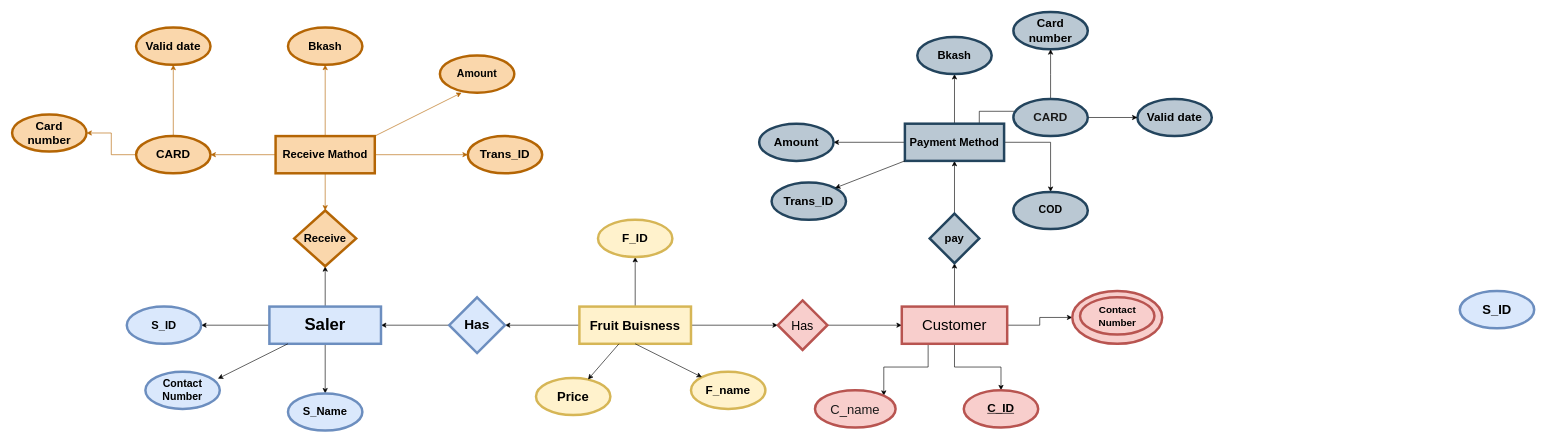
This is Untitled Diagram.drawio from Estiyak-rubs/FruitBuisness, a draw.io file, before an edit. Source tidied: cells renumbered, new cells numbered last; positions are measured from the earlier drawing's top-left corner, leaving out a move shared by most shapes. Both pictures are drawn from the tidied source at 62%, with x=0, y=0 at pixel (12, 12).
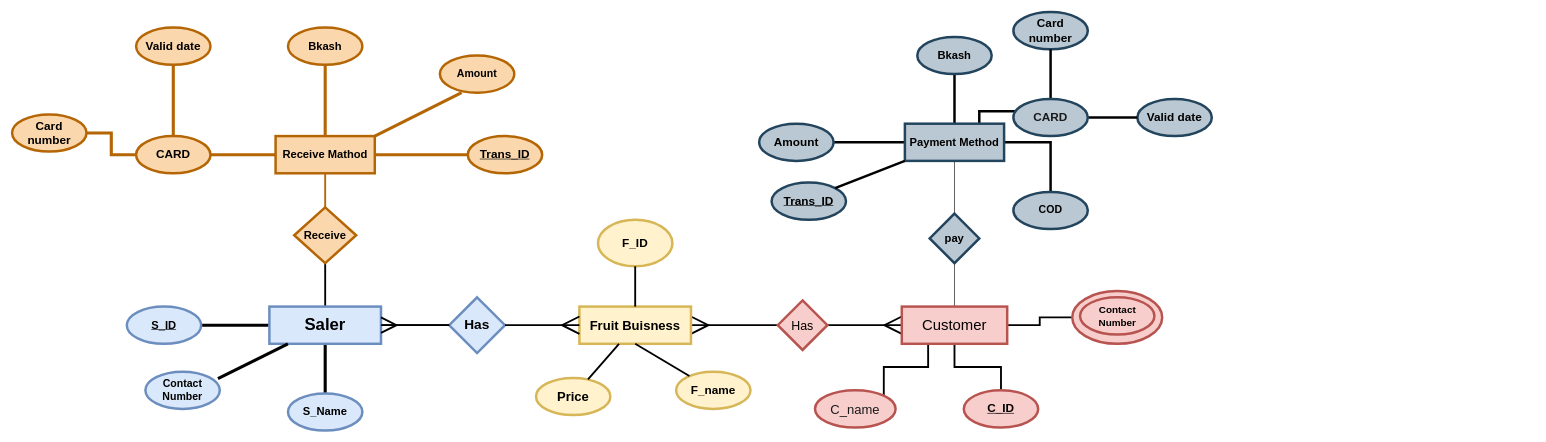
After the change.

Commit message:
fruit buisness

The change refers to these unchanged cells:
```xml
<mxCell id="5" value="&lt;b&gt;&lt;font style=&quot;font-size: 21px;&quot;&gt;Fruit Buisness&lt;/font&gt;&lt;/b&gt;" style="rounded=0;whiteSpace=wrap;html=1;strokeWidth=4;fillColor=#fff2cc;strokeColor=#d6b656;" parent="1" vertex="1">
  <mxGeometry x="915" y="475" width="180" height="60" as="geometry" />
</mxCell>
<mxCell id="7" value="&lt;font style=&quot;font-size: 20px;&quot;&gt;Has&lt;/font&gt;" style="rhombus;whiteSpace=wrap;html=1;rounded=0;strokeWidth=4;fillColor=#f8cecc;strokeColor=#b85450;" parent="1" vertex="1">
  <mxGeometry x="1235" y="465" width="80" height="80" as="geometry" />
</mxCell>
<mxCell id="12" value="&lt;font style=&quot;font-size: 24px;&quot;&gt;Customer&lt;/font&gt;" style="whiteSpace=wrap;html=1;fillColor=#f8cecc;strokeColor=#b85450;rounded=0;strokeWidth=4;" parent="1" vertex="1">
  <mxGeometry x="1435" y="475" width="170" height="60" as="geometry" />
</mxCell>
<mxCell id="14" value="&lt;b&gt;&lt;font style=&quot;font-size: 22px;&quot;&gt;Has&lt;/font&gt;&lt;/b&gt;" style="rhombus;whiteSpace=wrap;html=1;rounded=0;strokeWidth=4;fillColor=#dae8fc;strokeColor=#6c8ebf;" parent="1" vertex="1">
  <mxGeometry x="705" y="460" width="90" height="90" as="geometry" />
</mxCell>
<mxCell id="18" value="&lt;font style=&quot;font-size: 27px;&quot;&gt;&lt;b&gt;Saler&lt;/b&gt;&lt;/font&gt;" style="whiteSpace=wrap;html=1;fillColor=#dae8fc;strokeColor=#6c8ebf;rounded=0;strokeWidth=4;" parent="1" vertex="1">
  <mxGeometry x="415" y="475" width="180" height="60" as="geometry" />
</mxCell>
<mxCell id="20" value="&lt;font size=&quot;1&quot; style=&quot;&quot;&gt;&lt;b style=&quot;font-size: 18px;&quot;&gt;pay&lt;/b&gt;&lt;/font&gt;" style="rhombus;whiteSpace=wrap;html=1;fillColor=#bac8d3;rounded=0;strokeWidth=4;strokeColor=#23445d;" parent="1" vertex="1">
  <mxGeometry x="1480" y="325" width="80" height="80" as="geometry" />
</mxCell>
<mxCell id="25" value="&lt;font style=&quot;font-size: 18px;&quot;&gt;&lt;b&gt;Payment Method&lt;/b&gt;&lt;/font&gt;" style="whiteSpace=wrap;html=1;fillColor=#bac8d3;strokeColor=#23445d;rounded=0;strokeWidth=4;" parent="1" vertex="1">
  <mxGeometry x="1440" y="180" width="160" height="60" as="geometry" />
</mxCell>
<mxCell id="26" value="Bkash" style="ellipse;whiteSpace=wrap;html=1;fillColor=#bac8d3;strokeColor=#23445d;rounded=0;strokeWidth=4;fontSize=18;fontStyle=1;" parent="1" vertex="1">
  <mxGeometry x="1460" y="40" width="120" height="60" as="geometry" />
</mxCell>
<mxCell id="27" value="&lt;font style=&quot;font-size: 17px;&quot;&gt;&lt;span&gt;COD&lt;/span&gt;&lt;/font&gt;" style="ellipse;whiteSpace=wrap;html=1;fillColor=#bac8d3;strokeColor=#23445d;rounded=0;strokeWidth=4;fontStyle=1;" parent="1" vertex="1">
  <mxGeometry x="1615" y="290" width="120" height="60" as="geometry" />
</mxCell>
<mxCell id="28" value="Valid date" style="ellipse;whiteSpace=wrap;html=1;fontSize=19;fillColor=#bac8d3;strokeColor=#23445d;rounded=0;strokeWidth=4;fontStyle=1;" parent="1" vertex="1">
  <mxGeometry x="1815" y="140" width="120" height="60" as="geometry" />
</mxCell>
<mxCell id="30" value="C_name" style="ellipse;whiteSpace=wrap;html=1;fillColor=#f8cecc;strokeColor=#b85450;rounded=0;strokeWidth=4;fontSize=21;fontColor=#1A1A1A;" parent="1" vertex="1">
  <mxGeometry x="1295" y="610" width="130" height="60" as="geometry" />
</mxCell>
<mxCell id="31" style="ellipse;whiteSpace=wrap;html=1;fillColor=#f8cecc;strokeColor=#b85450;rounded=0;strokeWidth=4;" parent="1" vertex="1">
  <mxGeometry x="1710" y="450" width="145" height="85" as="geometry" />
</mxCell>
<mxCell id="32" value="&lt;u style=&quot;font-size: 19px;&quot;&gt;C_ID&lt;/u&gt;" style="ellipse;whiteSpace=wrap;html=1;fillColor=#f8cecc;strokeColor=#b85450;rounded=0;strokeWidth=4;fontStyle=1;fontSize=19;" parent="1" vertex="1">
  <mxGeometry x="1535" y="610" width="120" height="60" as="geometry" />
</mxCell>
<mxCell id="36" value="&lt;font style=&quot;font-size: 21px;&quot;&gt;&lt;b&gt;Price&lt;/b&gt;&lt;/font&gt;" style="ellipse;whiteSpace=wrap;html=1;fillColor=#fff2cc;strokeColor=#d6b656;rounded=0;strokeWidth=4;" parent="1" vertex="1">
  <mxGeometry x="845" y="590" width="120" height="60" as="geometry" />
</mxCell>
<mxCell id="41" value="&lt;font style=&quot;font-size: 18px;&quot;&gt;&lt;b&gt;Receive Mathod&lt;/b&gt;&lt;/font&gt;" style="whiteSpace=wrap;html=1;fillColor=#fad7ac;strokeColor=#b46504;rounded=0;strokeWidth=4;" parent="1" vertex="1">
  <mxGeometry x="425" y="200" width="160" height="60" as="geometry" />
</mxCell>
<mxCell id="42" value="Bkash" style="ellipse;whiteSpace=wrap;html=1;fillColor=#fad7ac;strokeColor=#b46504;rounded=0;strokeWidth=4;fontSize=18;fontStyle=1;" parent="1" vertex="1">
  <mxGeometry x="445" y="25" width="120" height="60" as="geometry" />
</mxCell>
<mxCell id="45" value="CARD" style="ellipse;whiteSpace=wrap;html=1;fillColor=#fad7ac;strokeColor=#b46504;rounded=0;strokeWidth=4;fontSize=19;fontStyle=1;" parent="1" vertex="1">
  <mxGeometry x="200" y="200" width="120" height="60" as="geometry" />
</mxCell>
<mxCell id="47" value="Valid date" style="ellipse;whiteSpace=wrap;html=1;fontSize=19;fillColor=#fad7ac;strokeColor=#b46504;rounded=0;strokeWidth=4;fontStyle=1;" parent="1" vertex="1">
  <mxGeometry x="200" y="25" width="120" height="60" as="geometry" />
</mxCell>
<mxCell id="48" value="Card number" style="ellipse;whiteSpace=wrap;html=1;fontSize=19;fillColor=#fad7ac;strokeColor=#b46504;rounded=0;strokeWidth=4;fontStyle=1;" parent="1" vertex="1">
  <mxGeometry y="165" width="120" height="60" as="geometry" />
</mxCell>
<mxCell id="52" value="CARD" style="ellipse;whiteSpace=wrap;html=1;fillColor=#bac8d3;strokeColor=#23445d;rounded=0;strokeWidth=4;fontSize=19;fontStyle=1;labelBackgroundColor=none;fontColor=#1A1A1A;" parent="1" vertex="1">
  <mxGeometry x="1615" y="140" width="120" height="60" as="geometry" />
</mxCell>
<mxCell id="56" value="Amount" style="ellipse;whiteSpace=wrap;html=1;fillColor=#bac8d3;strokeColor=#23445d;rounded=0;strokeWidth=4;fontSize=19;fontStyle=1;" parent="1" vertex="1">
  <mxGeometry x="1205" y="180" width="120" height="60" as="geometry" />
</mxCell>
<mxCell id="59" value="S_Name" style="ellipse;whiteSpace=wrap;html=1;fillColor=#dae8fc;strokeColor=#6c8ebf;rounded=0;strokeWidth=4;fontStyle=1;fontSize=18;" parent="1" vertex="1">
  <mxGeometry x="445" y="615" width="120" height="60" as="geometry" />
</mxCell>
<mxCell id="60" value="Contact Number" style="ellipse;whiteSpace=wrap;html=1;fillColor=#dae8fc;strokeColor=#6c8ebf;rounded=0;strokeWidth=4;fontSize=17;fontStyle=1;" parent="1" vertex="1">
  <mxGeometry x="215" y="580" width="120" height="60" as="geometry" />
</mxCell>
```

What changed in the source:
```diff
@@
-    <mxCell id="2" style="edgeStyle=orthogonalEdgeStyle;rounded=0;jettySize=auto;html=1;" parent="1" edge="1" source="5" target="7">
+    <mxCell id="2" style="rounded=0;jettySize=auto;html=1;strokeWidth=3;endArrow=ERmany;endFill=0;endSize=24;" parent="1" edge="1" source="7" target="5">
       <mxGeometry relative="1" as="geometry" />
     </mxCell>
-    <mxCell id="3" style="edgeStyle=orthogonalEdgeStyle;rounded=0;jettySize=auto;html=1;" parent="1" edge="1" source="5" target="14">
-      <mxGeometry relative="1" as="geometry" />
-    </mxCell>
-    <mxCell id="4" style="edgeStyle=orthogonalEdgeStyle;rounded=0;jettySize=auto;html=1;fontSize=14;fontColor=#1A1A1A;" parent="1" edge="1" source="5" target="34">
-      <mxGeometry relative="1" as="geometry" />
-    </mxCell>
@@
-    <mxCell id="6" style="edgeStyle=orthogonalEdgeStyle;rounded=0;jettySize=auto;html=1;" parent="1" edge="1" source="7" target="12">
+    <mxCell id="6" style="edgeStyle=orthogonalEdgeStyle;rounded=0;jettySize=auto;html=1;endArrow=ERmany;endFill=0;strokeWidth=3;endSize=24;" parent="1" edge="1" source="7" target="12">
       <mxGeometry relative="1" as="geometry" />
     </mxCell>
@@
-    <mxCell id="8" style="edgeStyle=orthogonalEdgeStyle;rounded=0;jettySize=auto;html=1;fontSize=24;fontColor=#66FF66;" parent="1" edge="1" source="12" target="20">
+    <mxCell id="8" style="edgeStyle=orthogonalEdgeStyle;rounded=0;jettySize=auto;html=1;fontSize=24;fontColor=#66FF66;endArrow=none;endFill=0;" parent="1" edge="1" source="12" target="20">
       <mxGeometry relative="1" as="geometry" />
     </mxCell>
-    <mxCell id="9" style="edgeStyle=orthogonalEdgeStyle;rounded=0;jettySize=auto;html=1;fontSize=20;fontColor=#66FF66;" parent="1" edge="1" source="12" target="31">
+    <mxCell id="9" style="edgeStyle=orthogonalEdgeStyle;rounded=0;jettySize=auto;html=1;fontSize=20;fontColor=#66FF66;endArrow=none;endFill=0;strokeWidth=3;" parent="1" edge="1" source="12" target="31">
       <mxGeometry relative="1" as="geometry" />
     </mxCell>
-    <mxCell id="10" style="edgeStyle=orthogonalEdgeStyle;rounded=0;jettySize=auto;html=1;fontSize=20;fontColor=#66FF66;" parent="1" edge="1" source="12" target="32">
+    <mxCell id="10" style="edgeStyle=orthogonalEdgeStyle;rounded=0;jettySize=auto;html=1;fontSize=20;fontColor=#66FF66;endArrow=none;endFill=0;strokeWidth=3;" parent="1" edge="1" source="12" target="32">
       <mxGeometry relative="1" as="geometry" />
     </mxCell>
-    <mxCell id="11" style="edgeStyle=orthogonalEdgeStyle;rounded=0;jettySize=auto;html=1;exitX=0.25;exitY=1;exitDx=0;exitDy=0;entryX=1;entryY=0;entryDx=0;entryDy=0;fontSize=20;fontColor=#66FF66;" parent="1" edge="1" source="12" target="30">
+    <mxCell id="11" style="edgeStyle=orthogonalEdgeStyle;rounded=0;jettySize=auto;html=1;exitX=0.25;exitY=1;exitDx=0;exitDy=0;entryX=1;entryY=0;entryDx=0;entryDy=0;fontSize=20;fontColor=#66FF66;endArrow=none;endFill=0;strokeWidth=3;" parent="1" edge="1" source="12" target="30">
       <mxGeometry relative="1" as="geometry" />
     </mxCell>
@@
-    <mxCell id="13" style="edgeStyle=orthogonalEdgeStyle;rounded=0;jettySize=auto;html=1;" parent="1" edge="1" source="14" target="18">
-      <mxGeometry relative="1" as="geometry" />
-    </mxCell>
@@
-    <mxCell id="15" style="edgeStyle=orthogonalEdgeStyle;rounded=0;jettySize=auto;html=1;fontSize=14;fontColor=#1A1A1A;" parent="1" edge="1" source="18" target="49">
+    <mxCell id="15" style="edgeStyle=orthogonalEdgeStyle;rounded=0;jettySize=auto;html=1;fontSize=14;fontColor=#1A1A1A;endArrow=none;endFill=0;strokeWidth=3;" parent="1" edge="1" source="18" target="49">
       <mxGeometry relative="1" as="geometry" />
     </mxCell>
-    <mxCell id="16" style="edgeStyle=orthogonalEdgeStyle;rounded=0;jettySize=auto;html=1;fontSize=19;fontColor=#1A1A1A;" parent="1" edge="1" source="18" target="58">
+    <mxCell id="16" style="edgeStyle=orthogonalEdgeStyle;rounded=0;jettySize=auto;html=1;fontSize=19;fontColor=#1A1A1A;endArrow=none;endFill=0;strokeWidth=5;" parent="1" edge="1" source="18" target="58">
       <mxGeometry relative="1" as="geometry" />
     </mxCell>
-    <mxCell id="17" style="edgeStyle=orthogonalEdgeStyle;rounded=0;jettySize=auto;html=1;fontSize=19;fontColor=#1A1A1A;" parent="1" edge="1" source="18" target="59">
+    <mxCell id="17" style="edgeStyle=orthogonalEdgeStyle;rounded=0;jettySize=auto;html=1;fontSize=19;fontColor=#1A1A1A;endArrow=none;endFill=0;strokeWidth=5;" parent="1" edge="1" source="18" target="59">
       <mxGeometry relative="1" as="geometry" />
     </mxCell>
+    <mxCell id="65" style="edgeStyle=none;rounded=0;jettySize=auto;html=1;strokeWidth=3;fontSize=22;fontColor=default;endArrow=none;endFill=0;" parent="1" edge="1" source="18" target="14">
+      <mxGeometry relative="1" as="geometry" />
+    </mxCell>
@@
-    <mxCell id="19" style="edgeStyle=orthogonalEdgeStyle;rounded=0;jettySize=auto;html=1;fontSize=24;fontColor=#66FF66;" parent="1" edge="1" source="20" target="25">
+    <mxCell id="19" style="edgeStyle=orthogonalEdgeStyle;rounded=0;jettySize=auto;html=1;fontSize=24;fontColor=#66FF66;endArrow=none;endFill=0;" parent="1" edge="1" source="20" target="25">
       <mxGeometry relative="1" as="geometry" />
     </mxCell>
@@
-    <mxCell id="21" style="edgeStyle=orthogonalEdgeStyle;rounded=0;jettySize=auto;html=1;fontSize=18;fontColor=#66FF66;" parent="1" edge="1" source="25" target="26">
+    <mxCell id="21" style="edgeStyle=orthogonalEdgeStyle;rounded=0;jettySize=auto;html=1;fontSize=18;fontColor=#66FF66;endArrow=none;endFill=0;strokeWidth=4;" parent="1" edge="1" source="25" target="26">
       <mxGeometry relative="1" as="geometry" />
     </mxCell>
-    <mxCell id="22" style="edgeStyle=orthogonalEdgeStyle;rounded=0;jettySize=auto;html=1;fontSize=18;fontColor=#66FF66;" parent="1" edge="1" source="25" target="27">
+    <mxCell id="22" style="edgeStyle=orthogonalEdgeStyle;rounded=0;jettySize=auto;html=1;fontSize=18;fontColor=#66FF66;endArrow=none;endFill=0;strokeWidth=4;" parent="1" edge="1" source="25" target="27">
       <mxGeometry relative="1" as="geometry" />
     </mxCell>
-    <mxCell id="23" style="edgeStyle=orthogonalEdgeStyle;rounded=0;jettySize=auto;html=1;exitX=0.75;exitY=0;exitDx=0;exitDy=0;fontSize=14;fontColor=#1A1A1A;" parent="1" edge="1" source="25">
+    <mxCell id="23" style="edgeStyle=orthogonalEdgeStyle;rounded=0;jettySize=auto;html=1;exitX=0.75;exitY=0;exitDx=0;exitDy=0;fontSize=14;fontColor=#1A1A1A;strokeWidth=4;" parent="1" edge="1" source="25">
       <mxGeometry relative="1" as="geometry">
         <mxPoint x="1675" y="160" as="targetPoint" />
       </mxGeometry>
     </mxCell>
-    <mxCell id="24" style="edgeStyle=orthogonalEdgeStyle;rounded=0;jettySize=auto;html=1;fontSize=21;fontColor=#1A1A1A;" parent="1" edge="1" source="25" target="56">
+    <mxCell id="24" style="edgeStyle=orthogonalEdgeStyle;rounded=0;jettySize=auto;html=1;fontSize=21;fontColor=#1A1A1A;endArrow=none;endFill=0;strokeWidth=4;" parent="1" edge="1" source="25" target="56">
       <mxGeometry relative="1" as="geometry" />
     </mxCell>
@@
     <mxCell id="34" value="F_ID" style="ellipse;whiteSpace=wrap;html=1;fillColor=#fff2cc;strokeColor=#d6b656;rounded=0;strokeWidth=4;fontStyle=1;fontSize=19;" parent="1" vertex="1">
-      <mxGeometry x="945" y="335" width="120" height="60" as="geometry" />
+      <mxGeometry x="945" y="335" width="120" height="75" as="geometry" />
     </mxCell>
     <mxCell id="35" value="&lt;b style=&quot;font-size: 19px;&quot;&gt;F_name&lt;/b&gt;" style="ellipse;whiteSpace=wrap;html=1;fillColor=#fff2cc;strokeColor=#d6b656;rounded=0;strokeWidth=4;fontSize=19;" parent="1" vertex="1">
-      <mxGeometry x="1095" y="580" width="120" height="60" as="geometry" />
+      <mxGeometry x="1071" y="580" width="120" height="60" as="geometry" />
     </mxCell>
@@
-    <mxCell id="37" style="edgeStyle=orthogonalEdgeStyle;rounded=0;jettySize=auto;html=1;fontSize=18;fontColor=#66FF66;fillColor=#fad7ac;strokeColor=#b46504;" parent="1" edge="1" source="41" target="42">
+    <mxCell id="37" style="edgeStyle=orthogonalEdgeStyle;rounded=0;jettySize=auto;html=1;fontSize=18;fontColor=#66FF66;fillColor=#fad7ac;strokeColor=#b46504;endArrow=none;endFill=0;strokeWidth=5;" parent="1" edge="1" source="41" target="42">
       <mxGeometry relative="1" as="geometry" />
     </mxCell>
-    <mxCell id="38" style="edgeStyle=orthogonalEdgeStyle;rounded=0;jettySize=auto;html=1;fontSize=18;fontColor=#66FF66;fillColor=#fad7ac;strokeColor=#b46504;" parent="1" edge="1" source="41" target="45">
+    <mxCell id="38" style="edgeStyle=orthogonalEdgeStyle;rounded=0;jettySize=auto;html=1;fontSize=18;fontColor=#66FF66;fillColor=#fad7ac;strokeColor=#b46504;strokeWidth=5;endArrow=none;endFill=0;" parent="1" edge="1" source="41" target="45">
       <mxGeometry relative="1" as="geometry" />
     </mxCell>
-    <mxCell id="39" style="edgeStyle=orthogonalEdgeStyle;rounded=0;jettySize=auto;html=1;fontSize=14;fontColor=#1A1A1A;fillColor=#fad7ac;strokeColor=#b46504;" parent="1" edge="1" source="41" target="49">
+    <mxCell id="39" style="edgeStyle=orthogonalEdgeStyle;rounded=0;jettySize=auto;html=1;fontSize=14;fontColor=#1A1A1A;fillColor=#fad7ac;strokeColor=#b46504;endArrow=none;endFill=0;strokeWidth=3;" parent="1" edge="1" source="41" target="49">
       <mxGeometry relative="1" as="geometry" />
     </mxCell>
-    <mxCell id="40" style="edgeStyle=orthogonalEdgeStyle;rounded=0;jettySize=auto;html=1;fontSize=14;fontColor=#1A1A1A;fillColor=#fad7ac;strokeColor=#b46504;" parent="1" edge="1" source="41" target="53">
+    <mxCell id="40" style="edgeStyle=orthogonalEdgeStyle;rounded=0;jettySize=auto;html=1;fontSize=14;fontColor=#1A1A1A;fillColor=#fad7ac;strokeColor=#b46504;endArrow=none;endFill=0;strokeWidth=5;" parent="1" edge="1" source="41" target="53">
       <mxGeometry relative="1" as="geometry" />
     </mxCell>
@@
-    <mxCell id="43" style="edgeStyle=orthogonalEdgeStyle;rounded=0;jettySize=auto;html=1;fontSize=18;fontColor=#66FF66;fillColor=#fad7ac;strokeColor=#b46504;" parent="1" edge="1" source="45" target="47">
+    <mxCell id="43" style="edgeStyle=orthogonalEdgeStyle;rounded=0;jettySize=auto;html=1;fontSize=18;fontColor=#66FF66;fillColor=#fad7ac;strokeColor=#b46504;endArrow=none;endFill=0;strokeWidth=5;" parent="1" edge="1" source="45" target="47">
       <mxGeometry relative="1" as="geometry" />
     </mxCell>
-    <mxCell id="44" style="edgeStyle=orthogonalEdgeStyle;rounded=0;jettySize=auto;html=1;fontSize=18;fontColor=#66FF66;fillColor=#fad7ac;strokeColor=#b46504;" parent="1" edge="1" source="45" target="48">
+    <mxCell id="44" style="edgeStyle=orthogonalEdgeStyle;rounded=0;jettySize=auto;html=1;fontSize=18;fontColor=#66FF66;fillColor=#fad7ac;strokeColor=#b46504;endArrow=none;endFill=0;strokeWidth=5;" parent="1" edge="1" source="45" target="48">
       <mxGeometry relative="1" as="geometry" />
     </mxCell>
@@
     <mxCell id="49" value="&lt;span style=&quot;font-size: 18px;&quot;&gt;&lt;b&gt;Receive&lt;/b&gt;&lt;/span&gt;" style="rhombus;whiteSpace=wrap;html=1;fillColor=#fad7ac;rounded=0;strokeWidth=4;strokeColor=#b46504;" parent="1" vertex="1">
-      <mxGeometry x="455" y="320" width="100" height="90" as="geometry" />
+      <mxGeometry x="455" y="315" width="100" height="90" as="geometry" />
     </mxCell>
-    <mxCell id="50" style="edgeStyle=orthogonalEdgeStyle;rounded=0;jettySize=auto;html=1;fontSize=22;fontColor=default;" parent="1" edge="1" source="52">
+    <mxCell id="50" style="edgeStyle=orthogonalEdgeStyle;rounded=0;jettySize=auto;html=1;fontSize=22;fontColor=default;endArrow=none;endFill=0;strokeWidth=4;" parent="1" edge="1" source="52">
       <mxGeometry relative="1" as="geometry">
         <mxPoint x="1675" y="60" as="targetPoint" />
       </mxGeometry>
     </mxCell>
-    <mxCell id="51" style="edgeStyle=orthogonalEdgeStyle;rounded=0;jettySize=auto;html=1;fontSize=22;fontColor=default;" parent="1" edge="1" source="52" target="28">
+    <mxCell id="51" style="edgeStyle=orthogonalEdgeStyle;rounded=0;jettySize=auto;html=1;fontSize=22;fontColor=default;endArrow=none;endFill=0;strokeWidth=4;" parent="1" edge="1" source="52" target="28">
       <mxGeometry relative="1" as="geometry" />
     </mxCell>
@@
-    <mxCell id="53" value="&lt;font size=&quot;1&quot; style=&quot;&quot;&gt;&lt;b style=&quot;font-size: 19px;&quot;&gt;Trans_ID&lt;/b&gt;&lt;/font&gt;" style="ellipse;whiteSpace=wrap;html=1;fillColor=#fad7ac;strokeColor=#b46504;rounded=0;strokeWidth=4;" parent="1" vertex="1">
+    <mxCell id="53" value="&lt;font size=&quot;1&quot; style=&quot;&quot;&gt;&lt;b style=&quot;font-size: 19px;&quot;&gt;Trans_ID&lt;/b&gt;&lt;/font&gt;" style="ellipse;whiteSpace=wrap;html=1;fillColor=#fad7ac;strokeColor=#b46504;rounded=0;strokeWidth=4;fontStyle=4;" parent="1" vertex="1">
       <mxGeometry x="735" y="200" width="120" height="60" as="geometry" />
     </mxCell>
-    <mxCell id="54" style="endArrow=classic;html=1;rounded=0;fontSize=19;fontColor=#1A1A1A;exitX=0.5;exitY=1;exitDx=0;exitDy=0;" parent="1" edge="1" source="5" target="35">
+    <mxCell id="54" style="endArrow=none;html=1;rounded=0;fontSize=19;fontColor=#1A1A1A;exitX=0.5;exitY=1;exitDx=0;exitDy=0;endFill=0;strokeWidth=3;" parent="1" edge="1" source="5" target="35">
       <mxGeometry relative="1" as="geometry" />
     </mxCell>
-    <mxCell id="55" style="endArrow=classic;html=1;rounded=0;fontSize=19;fontColor=#1A1A1A;" parent="1" edge="1" source="5" target="36">
+    <mxCell id="55" style="endArrow=none;html=1;rounded=0;fontSize=19;fontColor=#1A1A1A;endFill=0;strokeWidth=3;" parent="1" edge="1" source="5" target="36">
       <mxGeometry relative="1" as="geometry" />
     </mxCell>
@@
-    <mxCell id="57" style="endArrow=classic;html=1;rounded=0;fontSize=4;fontColor=#1A1A1A;exitX=1;exitY=0;exitDx=0;exitDy=0;fillColor=#fad7ac;strokeColor=#b46504;" parent="1" edge="1" source="41">
+    <mxCell id="57" style="endArrow=none;html=1;rounded=0;fontSize=4;fontColor=#1A1A1A;exitX=1;exitY=0;exitDx=0;exitDy=0;fillColor=#fad7ac;strokeColor=#b46504;endFill=0;strokeWidth=5;" parent="1" edge="1" source="41">
       <mxGeometry relative="1" as="geometry">
         <mxPoint x="725" y="130" as="targetPoint" />
       </mxGeometry>
     </mxCell>
-    <mxCell id="58" value="S_ID" style="ellipse;whiteSpace=wrap;html=1;fillColor=#dae8fc;strokeColor=#6c8ebf;rounded=0;strokeWidth=4;fontStyle=1;fontSize=18;" parent="1" vertex="1">
+    <mxCell id="58" value="S_ID" style="ellipse;whiteSpace=wrap;html=1;fillColor=#dae8fc;strokeColor=#6c8ebf;rounded=0;strokeWidth=4;fontStyle=5;fontSize=18;" parent="1" vertex="1">
       <mxGeometry x="185" y="475" width="120" height="60" as="geometry" />
     </mxCell>
@@
-    <mxCell id="61" value="S_ID" style="ellipse;whiteSpace=wrap;html=1;fillColor=#dae8fc;strokeColor=#6c8ebf;rounded=0;strokeWidth=4;fontStyle=1;fontSize=21;" parent="1" vertex="1">
-      <mxGeometry x="2335" y="450" width="120" height="60" as="geometry" />
-    </mxCell>
-    <mxCell id="62" style="endArrow=classic;html=1;rounded=0;fontSize=22;fontColor=#1A1A1A;entryX=0.975;entryY=0.188;entryDx=0;entryDy=0;entryPerimeter=0;" parent="1" edge="1" source="18" target="60">
+    <mxCell id="62" style="endArrow=none;html=1;rounded=0;fontSize=22;fontColor=#1A1A1A;entryX=0.975;entryY=0.188;entryDx=0;entryDy=0;entryPerimeter=0;endFill=0;strokeWidth=5;" parent="1" edge="1" source="18" target="60">
       <mxGeometry relative="1" as="geometry" />
     </mxCell>
-    <mxCell id="63" value="Trans_ID" style="ellipse;whiteSpace=wrap;html=1;fillColor=#bac8d3;strokeColor=#23445d;rounded=0;strokeWidth=4;fontSize=19;fontStyle=1;" parent="1" vertex="1">
+    <mxCell id="63" value="Trans_ID" style="ellipse;whiteSpace=wrap;html=1;fillColor=#bac8d3;strokeColor=#23445d;rounded=0;strokeWidth=4;fontSize=19;fontStyle=5;" parent="1" vertex="1">
       <mxGeometry x="1225" y="275" width="120" height="60" as="geometry" />
     </mxCell>
-    <mxCell id="64" style="endArrow=classic;html=1;rounded=0;fontSize=22;fontColor=default;entryX=1;entryY=0;entryDx=0;entryDy=0;exitX=0;exitY=1;exitDx=0;exitDy=0;" parent="1" edge="1" source="25" target="63">
+    <mxCell id="64" style="endArrow=none;html=1;rounded=0;fontSize=22;fontColor=default;entryX=1;entryY=0;entryDx=0;entryDy=0;exitX=0;exitY=1;exitDx=0;exitDy=0;endFill=0;strokeWidth=4;" parent="1" edge="1" source="25" target="63">
       <mxGeometry relative="1" as="geometry" />
     </mxCell>
+    <mxCell id="66" style="endArrow=ERmany;html=1;rounded=0;fontSize=22;fontColor=default;exitX=1;exitY=0.5;exitDx=0;exitDy=0;entryX=0;entryY=0.5;entryDx=0;entryDy=0;strokeWidth=3;endFill=0;endSize=24;" parent="1" edge="1" source="14" target="5">
+      <mxGeometry relative="1" as="geometry" />
+    </mxCell>
+    <mxCell id="13" style="endArrow=ERmany;html=1;rounded=0;fontSize=22;fontColor=default;entryX=1;entryY=0.5;entryDx=0;entryDy=0;exitX=0;exitY=0.5;exitDx=0;exitDy=0;strokeWidth=3;endFill=0;endSize=21;" parent="1" edge="1" source="14" target="18">
+      <mxGeometry relative="1" as="geometry" />
+    </mxCell>
+    <mxCell id="67" style="endArrow=none;html=1;rounded=0;fontSize=22;fontColor=default;entryX=0.5;entryY=0;entryDx=0;entryDy=0;exitX=0.5;exitY=1;exitDx=0;exitDy=0;strokeWidth=3;" parent="1" edge="1" source="34" target="5">
+      <mxGeometry relative="1" as="geometry" />
+    </mxCell>
```
